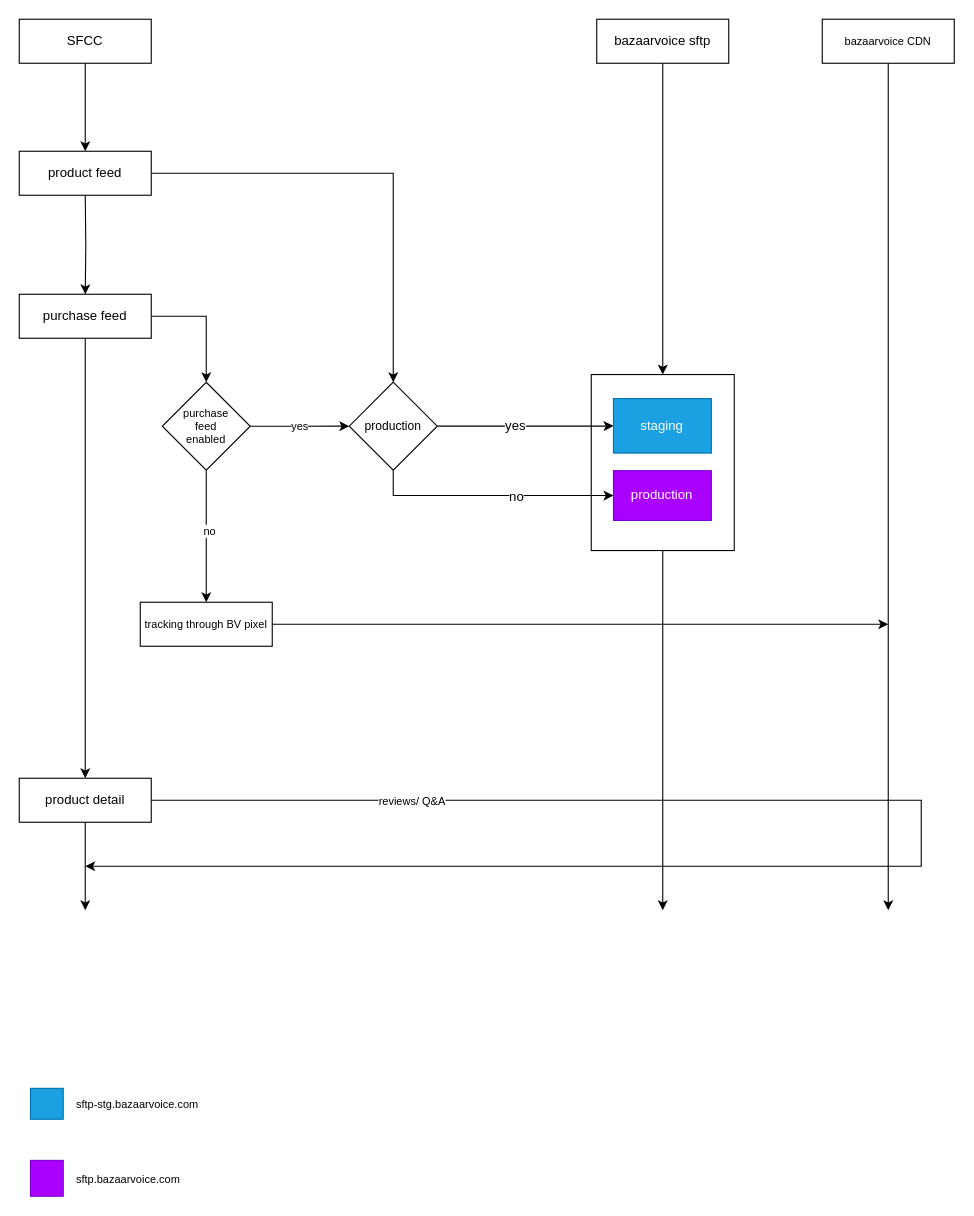
Before: page "bazaarvoice" (6 of 6) of Untitled Diagram.drawio in soum/pnd-diagrams, a draw.io diagram. Source tidied: cells renumbered, new cells numbered last; positions are measured from the earlier drawing's top-left corner, leaving out a move shared by most shapes. Both pictures are drawn from the tidied source at 110%, with x=0, y=0 at pixel (19, 19).
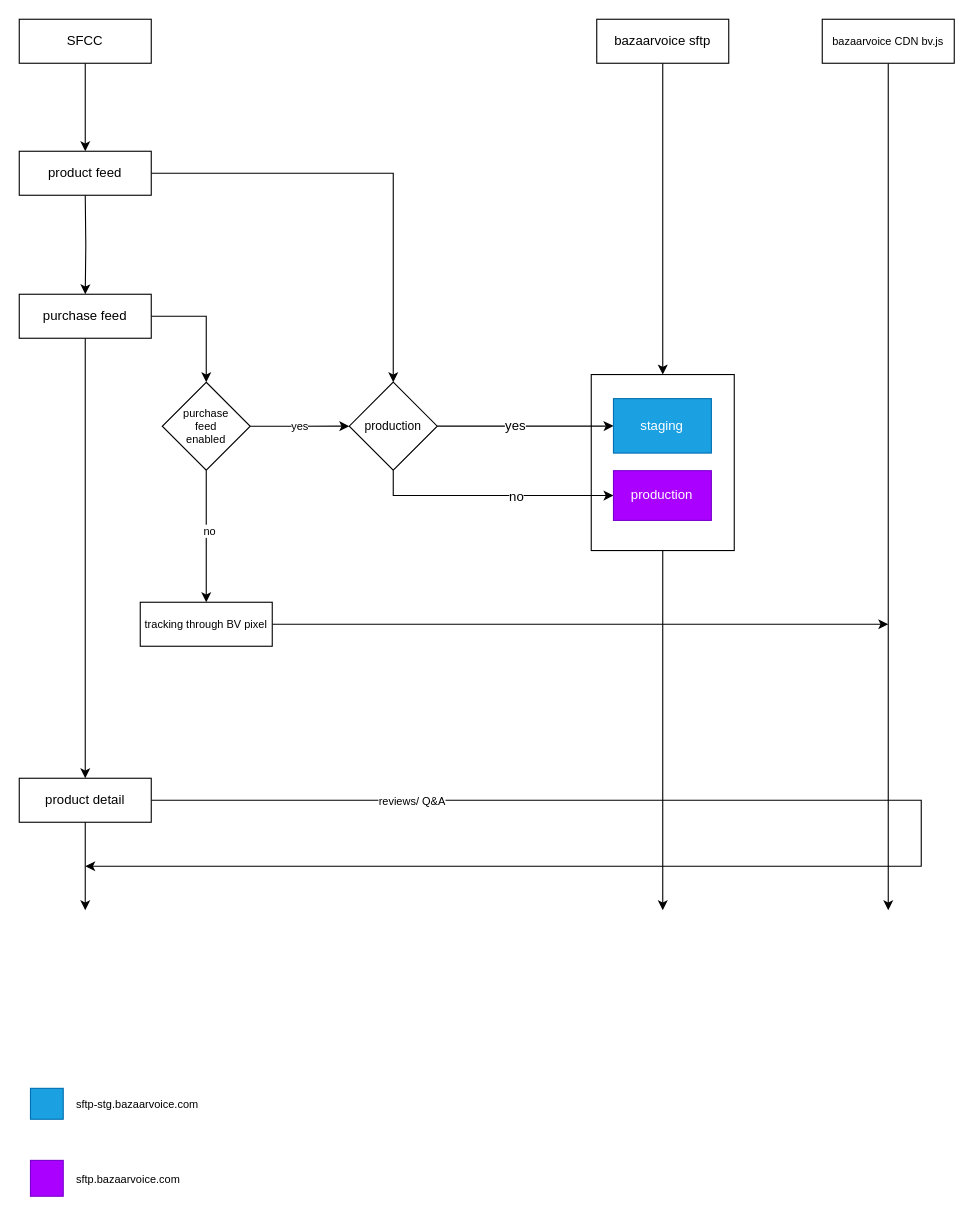
The same diagram, later.

Change to the diagram source:
```diff
@@
-    <mxCell id="29" value="bazaarvoice CDN" style="rounded=0;whiteSpace=wrap;html=1;fontSize=10;" parent="1" vertex="1">
+    <mxCell id="29" value="bazaarvoice CDN bv.js" style="rounded=0;whiteSpace=wrap;html=1;fontSize=10;" parent="1" vertex="1">
       <mxGeometry x="730" width="120" height="40" as="geometry" />
     </mxCell>
```
